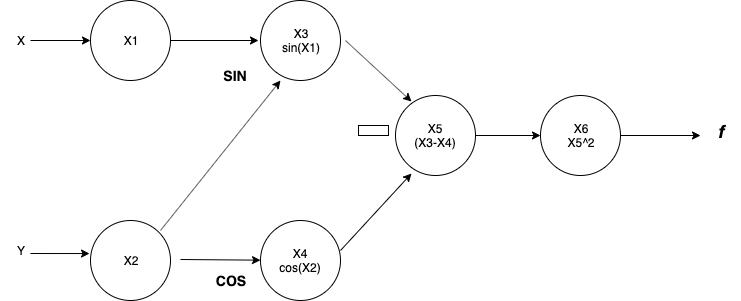
The draw.io diagram docs/simple_example.png in IACS-CS-207-FantasticFour/cs207-FinalProject, before a commit. Source tidied: cells renumbered, new cells last; positions are measured from the earlier drawing's top-left corner, leaving out a move shared by most shapes. Source of this version:
```xml
<mxGraphModel>
  <root>
    <mxCell id="0" />
    <mxCell id="1" parent="0" />
    <mxCell id="2" value="X2" style="ellipse;whiteSpace=wrap;html=1;" parent="1" vertex="1">
      <mxGeometry x="90" y="220" width="80" height="80" as="geometry" />
    </mxCell>
    <mxCell id="3" value="Y" style="text;html=1;strokeColor=none;fillColor=none;align=center;verticalAlign=middle;whiteSpace=wrap;rounded=0;" parent="1" vertex="1">
      <mxGeometry y="240" width="40" height="20" as="geometry" />
    </mxCell>
    <mxCell id="4" value="X" style="text;html=1;strokeColor=none;fillColor=none;align=center;verticalAlign=middle;whiteSpace=wrap;rounded=0;" parent="1" vertex="1">
      <mxGeometry y="30" width="40" height="20" as="geometry" />
    </mxCell>
    <mxCell id="5" style="endArrow=classic;html=1;entryX=-0.012;entryY=0.413;entryDx=0;entryDy=0;entryPerimeter=0;" parent="1" edge="1" target="2">
      <mxGeometry relative="1" as="geometry">
        <mxPoint x="30" y="253" as="sourcePoint" />
      </mxGeometry>
    </mxCell>
    <mxCell id="6" style="endArrow=classic;html=1;entryX=0;entryY=0.5;entryDx=0;entryDy=0;" parent="1" edge="1">
      <mxGeometry relative="1" as="geometry">
        <mxPoint x="30" y="40" as="sourcePoint" />
        <mxPoint x="90" y="40" as="targetPoint" />
      </mxGeometry>
    </mxCell>
    <mxCell id="7" style="endArrow=classic;html=1;" parent="1" edge="1" target="8">
      <mxGeometry relative="1" as="geometry">
        <mxPoint x="180" y="259" as="sourcePoint" />
      </mxGeometry>
    </mxCell>
    <mxCell id="8" value="X4&lt;br&gt;cos(X2)" style="ellipse;whiteSpace=wrap;html=1;" parent="1" vertex="1">
      <mxGeometry x="260" y="220" width="80" height="80" as="geometry" />
    </mxCell>
    <mxCell id="9" value="&lt;font style=&quot;font-size: 14px&quot;&gt;&lt;b&gt;COS&lt;/b&gt;&lt;/font&gt;" style="text;html=1;strokeColor=none;fillColor=none;align=center;verticalAlign=middle;whiteSpace=wrap;rounded=0;" parent="1" vertex="1">
      <mxGeometry x="210" y="270" width="40" height="20" as="geometry" />
    </mxCell>
    <mxCell id="10" value="X3&lt;br&gt;sin(X1)" style="ellipse;whiteSpace=wrap;html=1;" parent="1" vertex="1">
      <mxGeometry x="260" width="80" height="80" as="geometry" />
    </mxCell>
    <mxCell id="11" style="endArrow=classic;html=1;entryX=0.25;entryY=1;entryDx=0;entryDy=0;entryPerimeter=0;" parent="1" edge="1" target="10">
      <mxGeometry relative="1" as="geometry">
        <mxPoint x="160" y="230" as="sourcePoint" />
      </mxGeometry>
    </mxCell>
    <mxCell id="12" style="endArrow=classic;html=1;" parent="1" edge="1">
      <mxGeometry relative="1" as="geometry">
        <mxPoint x="170" y="40" as="sourcePoint" />
        <mxPoint x="258" y="40" as="targetPoint" />
      </mxGeometry>
    </mxCell>
    <mxCell id="13" value="X5&lt;br&gt;(X3-X4)" style="ellipse;whiteSpace=wrap;html=1;" parent="1" vertex="1">
      <mxGeometry x="395" y="95" width="80" height="80" as="geometry" />
    </mxCell>
    <mxCell id="14" style="endArrow=classic;html=1;entryX=0.2;entryY=0.075;entryDx=0;entryDy=0;entryPerimeter=0;" parent="1" edge="1" target="13">
      <mxGeometry relative="1" as="geometry">
        <mxPoint x="345" y="40" as="sourcePoint" />
      </mxGeometry>
    </mxCell>
    <mxCell id="15" style="endArrow=classic;html=1;entryX=0.2;entryY=0.975;entryDx=0;entryDy=0;entryPerimeter=0;" parent="1" edge="1" target="13">
      <mxGeometry relative="1" as="geometry">
        <mxPoint x="340" y="250" as="sourcePoint" />
      </mxGeometry>
    </mxCell>
    <mxCell id="16" value="&lt;font style=&quot;font-size: 18px&quot;&gt;&lt;b&gt;&lt;i&gt;f&lt;/i&gt;&lt;/b&gt;&lt;/font&gt;" style="text;html=1;strokeColor=none;fillColor=none;align=center;verticalAlign=middle;whiteSpace=wrap;rounded=0;" parent="1" vertex="1">
      <mxGeometry x="700" y="120" width="40" height="20" as="geometry" />
    </mxCell>
    <mxCell id="17" value="X1" style="ellipse;whiteSpace=wrap;html=1;" parent="1" vertex="1">
      <mxGeometry x="90" width="80" height="80" as="geometry" />
    </mxCell>
    <mxCell id="18" value="&lt;font style=&quot;font-size: 14px&quot;&gt;&lt;b&gt;SIN&lt;/b&gt;&lt;/font&gt;" style="text;html=1;strokeColor=none;fillColor=none;align=center;verticalAlign=middle;whiteSpace=wrap;rounded=0;" parent="1" vertex="1">
      <mxGeometry x="200" y="55" width="70" height="40" as="geometry" />
    </mxCell>
    <mxCell id="19" value="X6&lt;br&gt;X5^2" style="ellipse;whiteSpace=wrap;html=1;" parent="1" vertex="1">
      <mxGeometry x="540" y="95" width="80" height="80" as="geometry" />
    </mxCell>
    <mxCell id="20" style="endArrow=classic;html=1;entryX=0;entryY=0.5;entryDx=0;entryDy=0;" parent="1" edge="1" target="19">
      <mxGeometry relative="1" as="geometry">
        <mxPoint x="475" y="135" as="sourcePoint" />
      </mxGeometry>
    </mxCell>
    <mxCell id="21" style="endArrow=classic;html=1;entryX=0;entryY=0.75;entryDx=0;entryDy=0;exitX=1;exitY=0.5;exitDx=0;exitDy=0;" parent="1" edge="1" source="19" target="16">
      <mxGeometry relative="1" as="geometry" />
    </mxCell>
    <mxCell id="22" style="rounded=0;whiteSpace=wrap;html=1;" parent="1" vertex="1">
      <mxGeometry x="358" y="125" width="30" height="10" as="geometry" />
    </mxCell>
  </root>
</mxGraphModel>
```
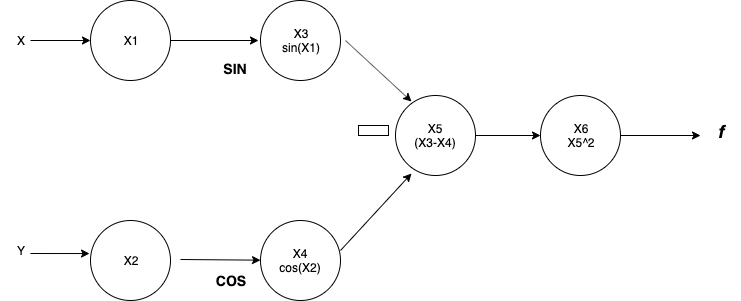
The same file after the commit.

Diff of the diagram source:
```diff
@@ -36,11 +36,6 @@
     <mxCell id="10" value="X3&lt;br&gt;sin(X1)" style="ellipse;whiteSpace=wrap;html=1;" parent="1" vertex="1">
       <mxGeometry x="260" width="80" height="80" as="geometry" />
     </mxCell>
-    <mxCell id="11" style="endArrow=classic;html=1;entryX=0.25;entryY=1;entryDx=0;entryDy=0;entryPerimeter=0;" parent="1" edge="1" target="10">
-      <mxGeometry relative="1" as="geometry">
-        <mxPoint x="160" y="230" as="sourcePoint" />
-      </mxGeometry>
-    </mxCell>
     <mxCell id="12" style="endArrow=classic;html=1;" parent="1" edge="1">
       <mxGeometry relative="1" as="geometry">
         <mxPoint x="170" y="40" as="sourcePoint" />
@@ -67,7 +62,7 @@
       <mxGeometry x="90" width="80" height="80" as="geometry" />
     </mxCell>
     <mxCell id="18" value="&lt;font style=&quot;font-size: 14px&quot;&gt;&lt;b&gt;SIN&lt;/b&gt;&lt;/font&gt;" style="text;html=1;strokeColor=none;fillColor=none;align=center;verticalAlign=middle;whiteSpace=wrap;rounded=0;" parent="1" vertex="1">
-      <mxGeometry x="200" y="55" width="70" height="40" as="geometry" />
+      <mxGeometry x="200" y="40" width="70" height="55" as="geometry" />
     </mxCell>
     <mxCell id="19" value="X6&lt;br&gt;X5^2" style="ellipse;whiteSpace=wrap;html=1;" parent="1" vertex="1">
       <mxGeometry x="540" y="95" width="80" height="80" as="geometry" />
```
